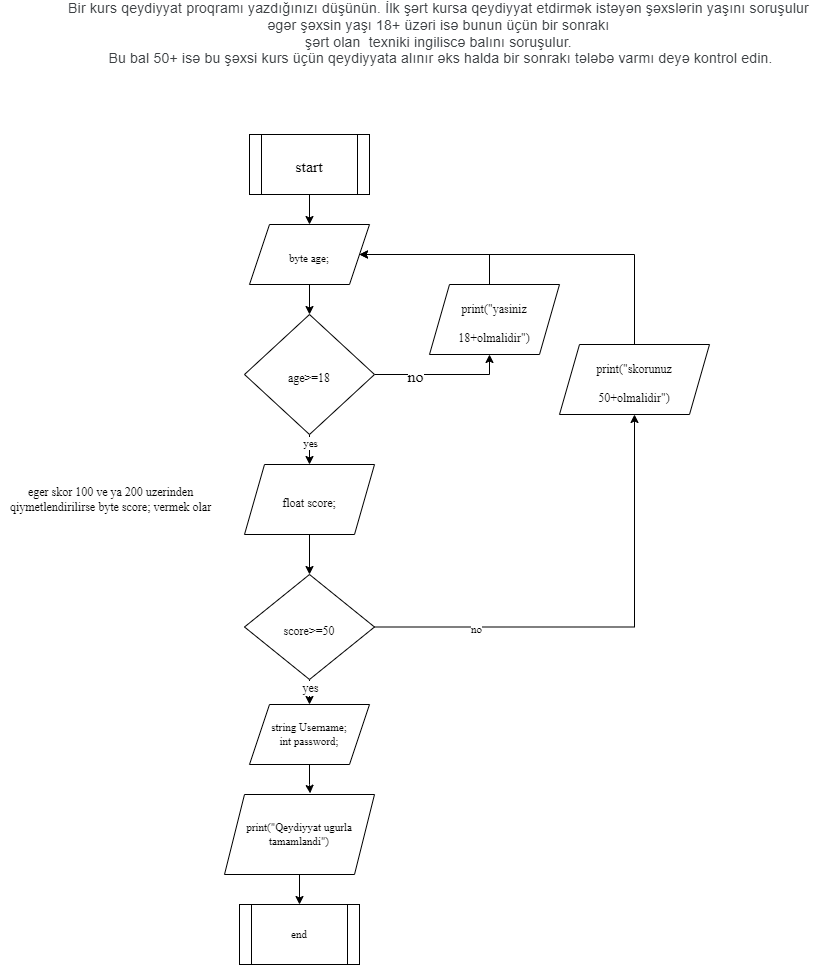
This is task 3.png from Emilishere/Homework1, a draw.io export, as it was before one commit. Source tidied: cells renumbered, new cells last; positions are measured from the earlier drawing's top-left corner, leaving out a move shared by most shapes.
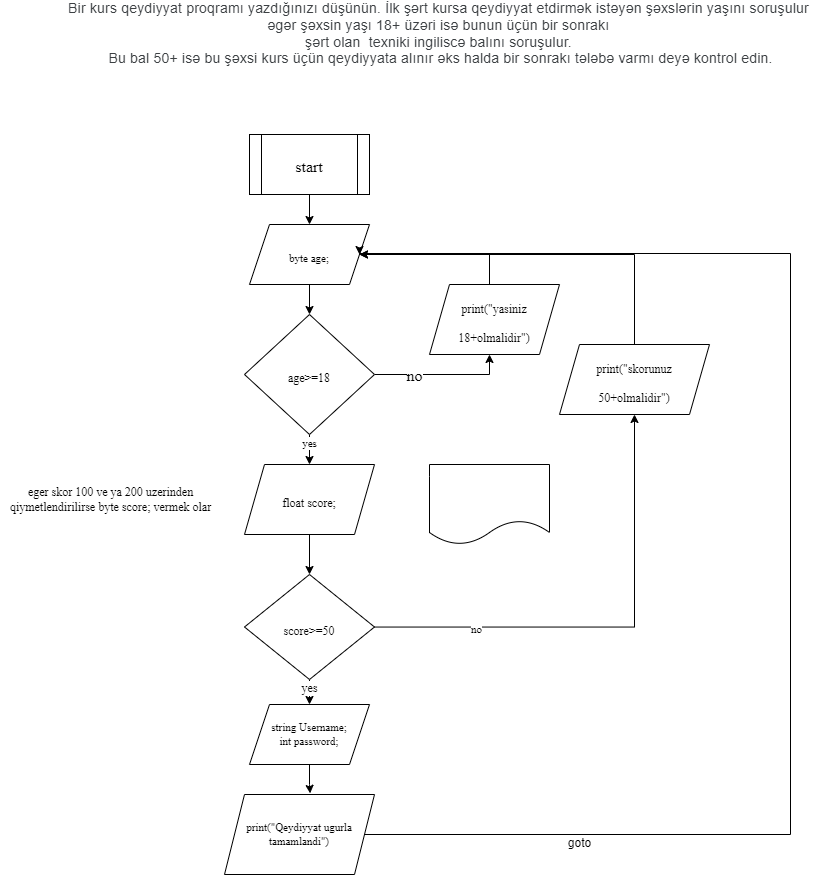
The same file after the commit.

Commit message:
least but definetely last

Diff of the diagram source:
```diff
@@ -81,20 +81,28 @@
     <mxCell id="23" value="string Username;&lt;br&gt;int password;" style="shape=parallelogram;perimeter=parallelogramPerimeter;whiteSpace=wrap;html=1;fixedSize=1;fontFamily=Times New Roman;fontSize=11;" parent="1" vertex="1">
       <mxGeometry x="249" y="701" width="120" height="60" as="geometry" />
     </mxCell>
-    <mxCell id="24" style="edgeStyle=orthogonalEdgeStyle;rounded=0;jettySize=auto;html=1;entryX=0.5;entryY=0;entryDx=0;entryDy=0;fontFamily=Times New Roman;fontSize=11;" parent="1" edge="1" source="25" target="26">
-      <mxGeometry relative="1" as="geometry" />
-    </mxCell>
+    <mxCell id="29" style="edgeStyle=orthogonalEdgeStyle;rounded=0;jettySize=auto;html=1;entryX=1;entryY=0.5;entryDx=0;entryDy=0;" parent="1" edge="1" source="25" target="5">
+      <mxGeometry relative="1" as="geometry">
+        <Array as="points">
+          <mxPoint x="790" y="831" />
+          <mxPoint x="790" y="250" />
+        </Array>
+      </mxGeometry>
+    </mxCell>
     <mxCell id="25" value="print(&quot;Qeydiyyat ugurla tamamlandi&quot;)" style="shape=parallelogram;perimeter=parallelogramPerimeter;whiteSpace=wrap;html=1;fixedSize=1;fontFamily=Times New Roman;fontSize=11;" parent="1" vertex="1">
       <mxGeometry x="224" y="791" width="150" height="80" as="geometry" />
     </mxCell>
-    <mxCell id="26" value="end" style="shape=process;whiteSpace=wrap;html=1;backgroundOutline=1;fontFamily=Times New Roman;fontSize=11;" parent="1" vertex="1">
-      <mxGeometry x="239" y="901" width="120" height="60" as="geometry" />
-    </mxCell>
     <mxCell id="27" value="&lt;span style=&quot;color: rgb(60, 64, 67); font-family: Roboto, Arial, sans-serif; font-size: 14px; letter-spacing: 0.2px; text-align: start;&quot;&gt;Bir kurs qeydiyyat proqramı yazdığınızı düşünün. İlk şərt kursa qeydiyyat etdirmək istəyən şəxslərin yaşını soruşulur &lt;br&gt;əgər şəxsin yaşı 18+ üzəri isə bunun üçün bir sonrakı &lt;br&gt;şərt olan&amp;nbsp;&amp;nbsp;texniki ingiliscə balını soruşulur. &lt;br&gt;Bu bal 50+ isə bu şəxsi kurs üçün qeydiyyata alınır əks halda bir sonrakı tələbə varmı deyə kontrol edin.&lt;/span&gt;" style="text;html=1;align=center;verticalAlign=middle;strokeColor=none;fillColor=none;fontSize=12;fontFamily=Times New Roman;" parent="1" vertex="1">
       <mxGeometry x="60" width="760" height="60" as="geometry" />
     </mxCell>
     <mxCell id="28" value="eger skor 100 ve ya 200 uzerinden&lt;br&gt;qiymetlendirilirse byte score; vermek olar" style="text;html=1;align=center;verticalAlign=middle;strokeColor=none;fillColor=none;fontSize=12;fontFamily=Times New Roman;" parent="1" vertex="1">
       <mxGeometry y="481" width="220" height="30" as="geometry" />
     </mxCell>
+    <mxCell id="30" value="goto" style="text;html=1;align=center;verticalAlign=middle;strokeColor=none;fillColor=none;" parent="1" vertex="1">
+      <mxGeometry x="559" y="830" width="40" height="20" as="geometry" />
+    </mxCell>
+    <mxCell id="31" style="shape=document;whiteSpace=wrap;html=1;boundedLbl=1;" parent="1" vertex="1">
+      <mxGeometry x="429" y="461" width="120" height="80" as="geometry" />
+    </mxCell>
   </root>
 </mxGraphModel>
```
